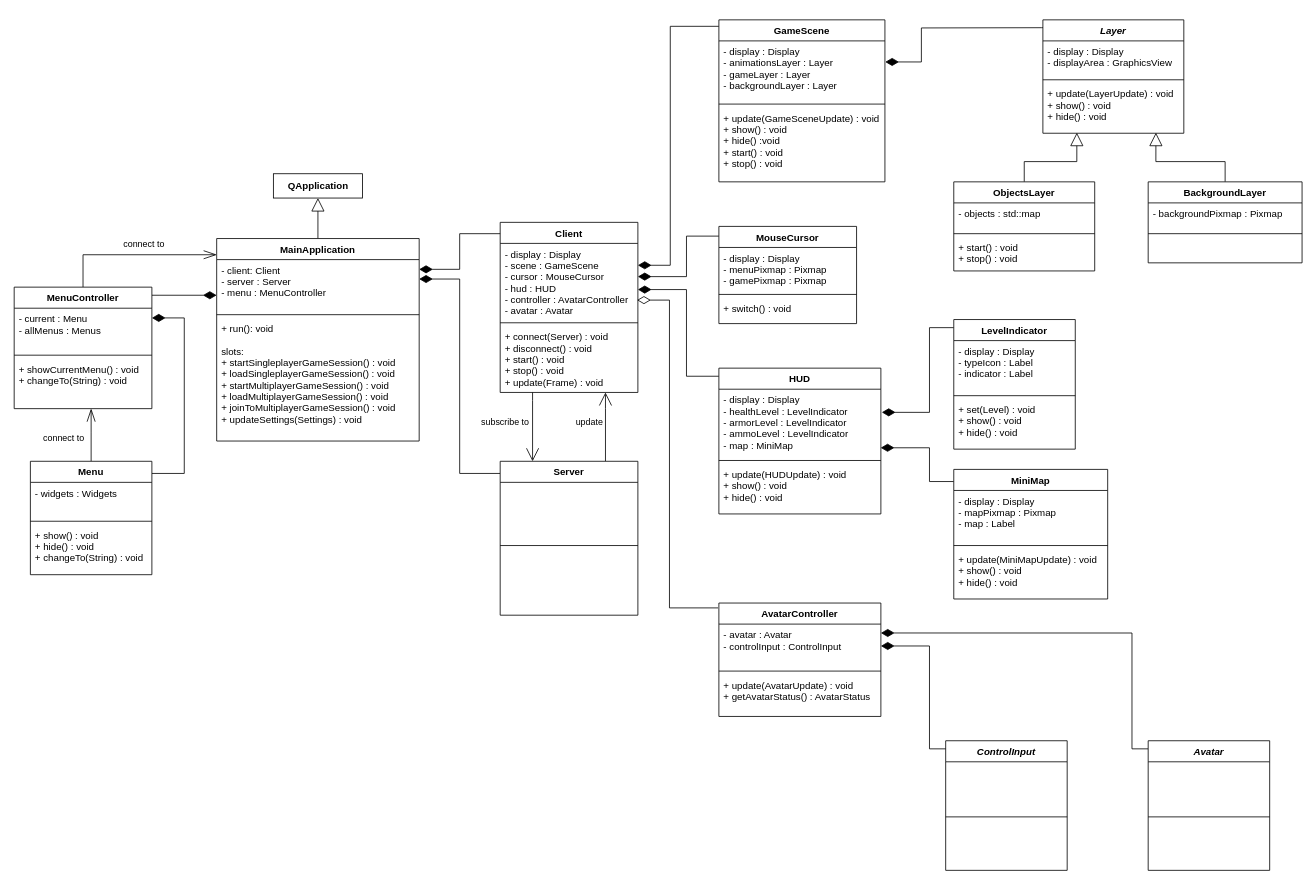
Above: doc/class_diagram.drawio in TadekBiela/heisttown (draw.io), before the change. Source tidied: cells renumbered, new cells numbered last; positions are measured from the earlier drawing's top-left corner, leaving out a move shared by most shapes. Both pictures are drawn from the tidied source at 81%, with x=0, y=0 at pixel (14, 19).
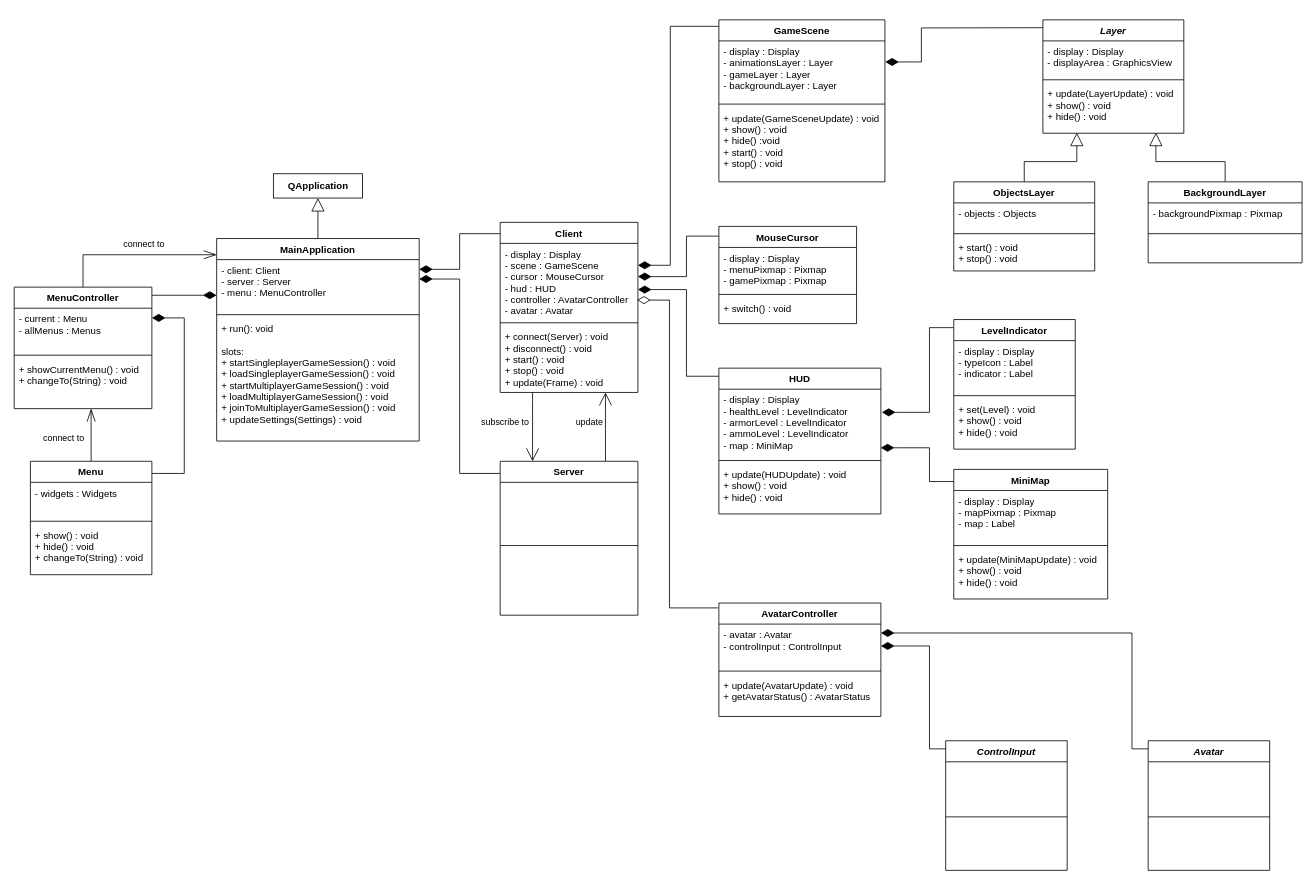
Above is the later version.

Commit message:
Replace std::map Objects to in Layer class

The change refers to these unchanged cells:
```xml
<mxCell id="71" value="ObjectsLayer" style="swimlane;fontStyle=1;align=center;verticalAlign=top;horizontal=1;startSize=26;" parent="1" vertex="1">
  <mxGeometry x="1160" y="200" width="174" height="110" as="geometry" />
</mxCell>
```

Change to the diagram source:
```diff
@@
-    <mxCell id="72" value="- objects : std::map&#10;" style="text;strokeColor=none;fillColor=none;align=left;verticalAlign=top;spacingLeft=4;spacingRight=4;overflow=hidden;" parent="71" vertex="1">
+    <mxCell id="72" value="- objects : Objects&#10;" style="text;strokeColor=none;fillColor=none;align=left;verticalAlign=top;spacingLeft=4;spacingRight=4;overflow=hidden;" parent="71" vertex="1">
       <mxGeometry y="26" width="174" height="34" as="geometry" />
     </mxCell>
```
